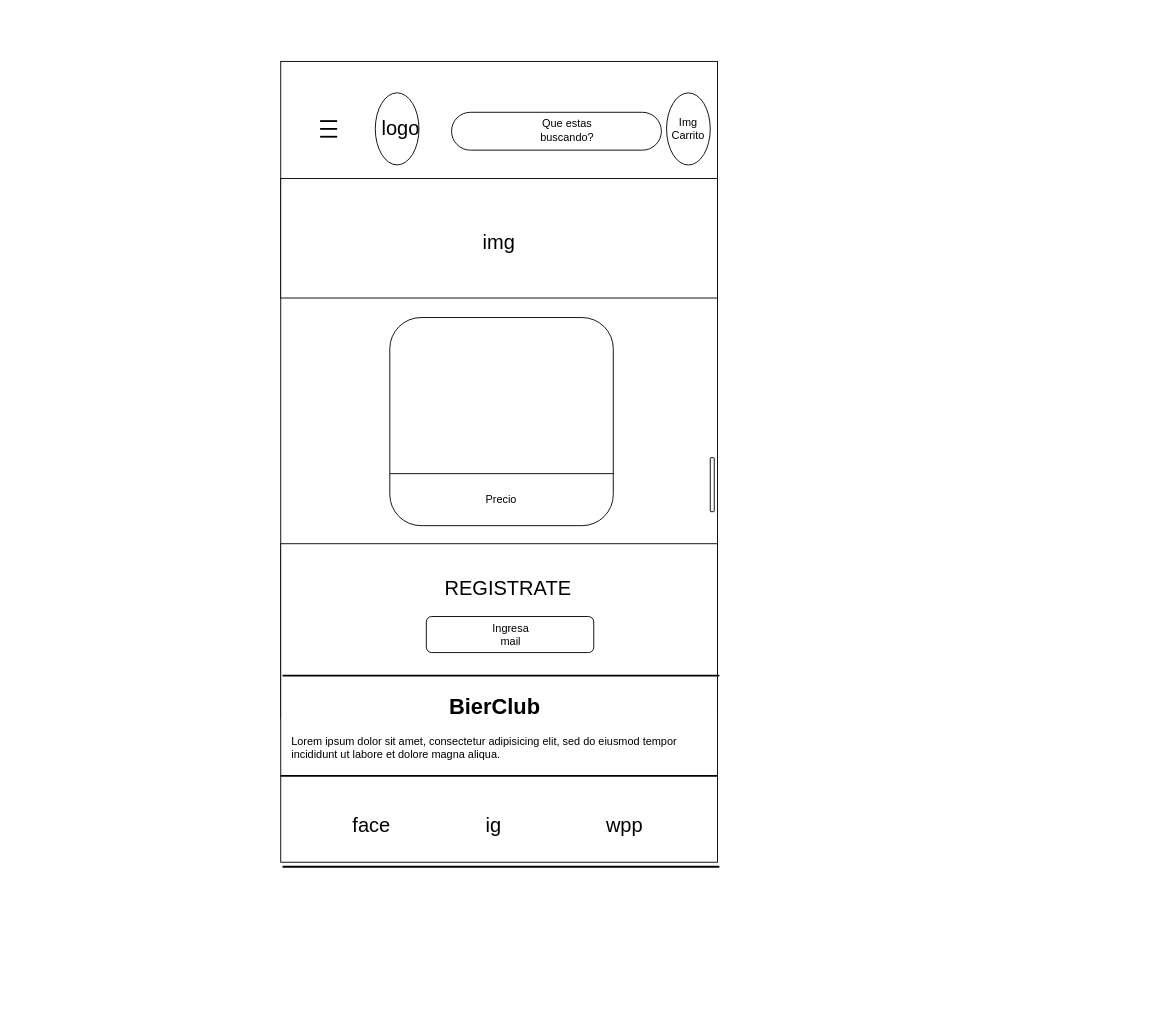
Above: page "Page-3" (3 of 3) of Bocetos/Bocetos-de-Home/Home-480.drawio in Evaristodantur/BierClub (draw.io), before the change. Source tidied: cells renumbered, new cells numbered last; positions are measured from the earlier drawing's top-left corner, leaving out a move shared by most shapes. Both pictures are drawn from the tidied source at 91%, with x=0, y=0 at pixel (280, 61). Pictures stored in the file or linked from it are replaced by grey dashed boxes.
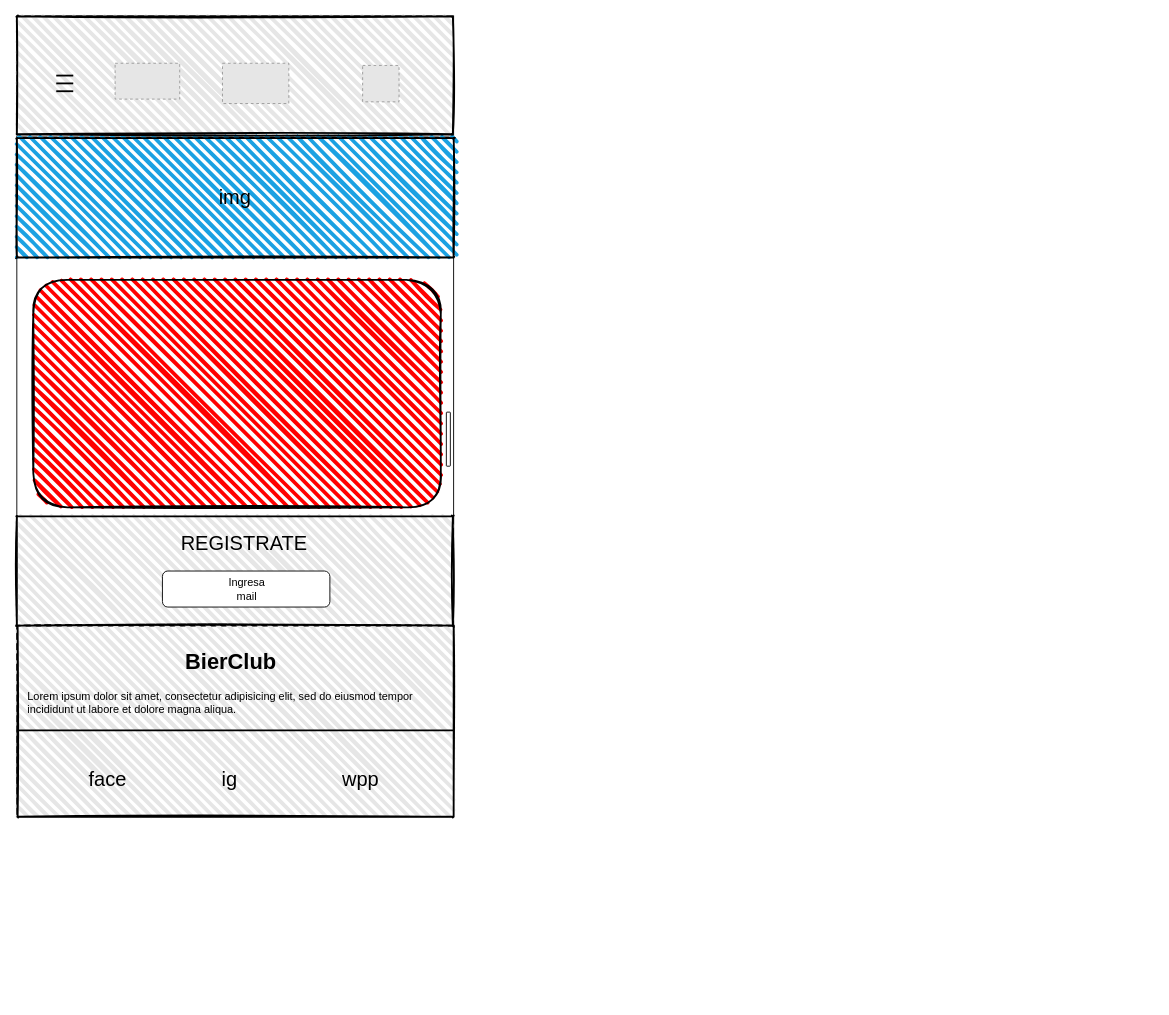
The same page after the edit.

The edit, as a diff of the source:
```diff
@@
-    <mxCell id="2" style="group;" parent="1" vertex="1">
-      <mxGeometry width="960" height="1030" as="geometry" />
-    </mxCell>
-    <mxCell id="3" style="rounded=0;whiteSpace=wrap;html=1;direction=west;" parent="2" vertex="1">
-      <mxGeometry width="480" height="722.4" as="geometry" />
+    <mxCell id="3" style="rounded=0;whiteSpace=wrap;html=1;direction=west;" parent="1" vertex="1">
+      <mxGeometry x="-290" y="-50" width="480" height="722.4" as="geometry" />
     </mxCell>
-    <mxCell id="4" style="rounded=0;whiteSpace=wrap;html=1;" parent="2" vertex="1">
-      <mxGeometry y="530" width="480" height="350" as="geometry" />
+    <mxCell id="4" style="rounded=0;whiteSpace=wrap;html=1;" parent="1" vertex="1">
+      <mxGeometry x="-290" y="500" width="480" height="330" as="geometry" />
     </mxCell>
+    <mxCell id="7" style="line;strokeWidth=2;html=1;" parent="1" vertex="1">
+      <mxGeometry x="-290" y="78.6" width="480" height="9.9" as="geometry" />
+    </mxCell>
+    <mxCell id="18" style="rounded=1;whiteSpace=wrap;html=1;fontSize=22;" parent="1" vertex="1">
+      <mxGeometry x="182" y="385.4" width="4.4" height="59.4" as="geometry" />
+    </mxCell>
+    <mxCell id="32" style="rounded=1;whiteSpace=wrap;html=1;strokeWidth=2;fillWeight=4;hachureGap=8;hachureAngle=45;fillColor=#1ba1e2;sketch=1;labelBackgroundColor=#ffffff;arcSize=0;" parent="1" vertex="1">
+      <mxGeometry x="-290" y="84.2" width="480" height="131.3" as="geometry" />
+    </mxCell>
+    <mxCell id="17" value="img" style="text;html=1;strokeColor=none;fillColor=none;align=center;verticalAlign=middle;whiteSpace=wrap;rounded=0;fontSize=22;" parent="1" vertex="1">
+      <mxGeometry x="-58" y="140" width="16" height="19.8" as="geometry" />
+    </mxCell>
+    <mxCell id="33" style="rounded=1;whiteSpace=wrap;html=1;strokeWidth=2;fillWeight=4;hachureGap=8;hachureAngle=45;sketch=1;labelBackgroundColor=#ffffff;arcSize=0;fontColor=#FFFF33;fillColor=#E6E6E6;" parent="1" vertex="1">
+      <mxGeometry x="-290" y="-49.5" width="479.1" height="129.5" as="geometry" />
+    </mxCell>
+    <mxCell id="34" style="fillColor=#E6E6E6;strokeColor=#999999;dashed=1;verticalLabelPosition=bottom;labelBackgroundColor=#ffffff;verticalAlign=top;" parent="1" vertex="1">
+      <mxGeometry x="90" y="4.4" width="40" height="40" as="geometry" />
+    </mxCell>
+    <mxCell id="35" style="fillColor=#E6E6E6;strokeColor=#999999;dashed=1;verticalLabelPosition=bottom;labelBackgroundColor=#ffffff;verticalAlign=top;" parent="1" vertex="1">
+      <mxGeometry x="-64" y="2" width="72.9" height="44.3" as="geometry" />
+    </mxCell>
+    <mxCell id="36" style="fillColor=#E6E6E6;strokeColor=#999999;dashed=1;verticalLabelPosition=bottom;labelBackgroundColor=#ffffff;verticalAlign=top;" parent="1" vertex="1">
+      <mxGeometry x="-182" y="2" width="71" height="39.4" as="geometry" />
+    </mxCell>
+    <mxCell id="20" style="line;strokeWidth=2;html=1;" parent="1" vertex="1">
+      <mxGeometry x="-246.7" y="31.3" width="18.7" height="2.9" as="geometry" />
+    </mxCell>
+    <mxCell id="21" style="line;strokeWidth=2;html=1;" parent="1" vertex="1">
+      <mxGeometry x="-246.7" y="22.7" width="18.7" height="2.9" as="geometry" />
+    </mxCell>
+    <mxCell id="22" style="line;strokeWidth=2;html=1;" parent="1" vertex="1">
+      <mxGeometry x="-246.7" y="14.1" width="18.7" height="2.9" as="geometry" />
+    </mxCell>
+    <mxCell id="37" style="rounded=1;whiteSpace=wrap;html=1;strokeWidth=2;fillWeight=4;hachureGap=8;hachureAngle=45;sketch=1;labelBackgroundColor=#ffffff;arcSize=0;fontColor=#FFFF33;fillColor=#E6E6E6;" parent="1" vertex="1">
+      <mxGeometry x="-290" y="500" width="479.1" height="120" as="geometry" />
+    </mxCell>
+    <mxCell id="38" style="rounded=1;whiteSpace=wrap;html=1;strokeWidth=2;fillWeight=4;hachureGap=8;hachureAngle=45;sketch=1;labelBackgroundColor=#ffffff;fillColor=#FF0000;" parent="1" vertex="1">
+      <mxGeometry x="-271.9" y="240" width="447.8" height="250" as="geometry" />
+    </mxCell>
-    <mxCell id="5" value="REGISTRATE" style="text;html=1;strokeColor=none;fillColor=none;align=center;verticalAlign=middle;whiteSpace=wrap;rounded=0;fontSize=22;" parent="2" vertex="1">
-      <mxGeometry x="242" y="570" width="16" height="19.8" as="geometry" />
+    <mxCell id="5" value="REGISTRATE" style="text;html=1;strokeColor=none;fillColor=none;align=center;verticalAlign=middle;whiteSpace=wrap;rounded=0;fontSize=22;" parent="1" vertex="1">
+      <mxGeometry x="-48" y="520" width="16" height="19.8" as="geometry" />
     </mxCell>
-    <mxCell id="6" style="ellipse;whiteSpace=wrap;html=1;" parent="2" vertex="1">
-      <mxGeometry x="103.9" y="34.5" width="48" height="79.2" as="geometry" />
-    </mxCell>
-    <mxCell id="7" style="line;strokeWidth=2;html=1;" parent="2" vertex="1">
-      <mxGeometry y="128.6" width="480" height="9.9" as="geometry" />
-    </mxCell>
-    <mxCell id="8" style="ellipse;whiteSpace=wrap;html=1;" parent="2" vertex="1">
-      <mxGeometry x="424" y="34.6" width="48" height="79.2" as="geometry" />
-    </mxCell>
-    <mxCell id="9" value="Img Carrito" style="text;html=1;strokeColor=none;fillColor=none;align=center;verticalAlign=middle;whiteSpace=wrap;rounded=0;" parent="2" vertex="1">
-      <mxGeometry x="440" y="64.3" width="16" height="19.8" as="geometry" />
-    </mxCell>
+    <mxCell id="11" style="rounded=1;whiteSpace=wrap;html=1;" parent="1" vertex="1">
+      <mxGeometry x="-130" y="560" width="184" height="39.6" as="geometry" />
+    </mxCell>
+    <mxCell id="26" value="Ingresa mail" style="text;html=1;strokeColor=none;fillColor=none;align=center;verticalAlign=middle;whiteSpace=wrap;rounded=0;" parent="1" vertex="1">
+      <mxGeometry x="-68.3" y="569.8" width="62.3" height="20" as="geometry" />
+    </mxCell>
+    <mxCell id="39" style="rounded=1;whiteSpace=wrap;html=1;strokeWidth=2;fillWeight=4;hachureGap=8;hachureAngle=45;sketch=1;labelBackgroundColor=#ffffff;arcSize=0;fontColor=#FFFF33;fillColor=#E6E6E6;" parent="1" vertex="1">
+      <mxGeometry x="-289.1" y="620" width="479.1" height="210" as="geometry" />
+    </mxCell>
-    <mxCell id="10" value="&lt;h1&gt;&amp;nbsp; &amp;nbsp; &amp;nbsp; &amp;nbsp; &amp;nbsp; &amp;nbsp; &amp;nbsp; &amp;nbsp; &amp;nbsp; &amp;nbsp; &amp;nbsp; &amp;nbsp; &amp;nbsp; BierClub&lt;/h1&gt;&lt;p&gt;Lorem ipsum dolor sit amet, consectetur adipisicing elit, sed do eiusmod tempor incididunt ut labore et dolore magna aliqua.&lt;/p&gt;" style="text;html=1;strokeColor=none;fillColor=none;spacing=5;spacingTop=-20;whiteSpace=wrap;overflow=hidden;rounded=0;" parent="2" vertex="1">
-      <mxGeometry x="7" y="690" width="480" height="118.8" as="geometry" />
+    <mxCell id="10" value="&lt;h1&gt;&amp;nbsp; &amp;nbsp; &amp;nbsp; &amp;nbsp; &amp;nbsp; &amp;nbsp; &amp;nbsp; &amp;nbsp; &amp;nbsp; &amp;nbsp; &amp;nbsp; &amp;nbsp; &amp;nbsp; BierClub&lt;/h1&gt;&lt;p&gt;Lorem ipsum dolor sit amet, consectetur adipisicing elit, sed do eiusmod tempor incididunt ut labore et dolore magna aliqua.&lt;/p&gt;" style="text;html=1;strokeColor=none;fillColor=none;spacing=5;spacingTop=-20;whiteSpace=wrap;overflow=hidden;rounded=0;" parent="1" vertex="1">
+      <mxGeometry x="-283" y="640" width="480" height="118.8" as="geometry" />
     </mxCell>
-    <mxCell id="11" style="rounded=1;whiteSpace=wrap;html=1;" parent="2" vertex="1">
-      <mxGeometry x="160" y="610" width="184" height="39.6" as="geometry" />
-    </mxCell>
-    <mxCell id="12" style="line;strokeWidth=2;html=1;" parent="2" vertex="1">
-      <mxGeometry x="2" y="670" width="480" height="9.9" as="geometry" />
-    </mxCell>
-    <mxCell id="13" value="face" style="text;html=1;strokeColor=none;fillColor=none;align=center;verticalAlign=middle;whiteSpace=wrap;rounded=0;fontSize=22;" parent="2" vertex="1">
-      <mxGeometry x="92" y="830" width="16" height="19.8" as="geometry" />
+    <mxCell id="13" value="face" style="text;html=1;strokeColor=none;fillColor=none;align=center;verticalAlign=middle;whiteSpace=wrap;rounded=0;fontSize=22;" parent="1" vertex="1">
+      <mxGeometry x="-198" y="780" width="16" height="19.8" as="geometry" />
     </mxCell>
-    <mxCell id="14" value="ig" style="text;html=1;strokeColor=none;fillColor=none;align=center;verticalAlign=middle;whiteSpace=wrap;rounded=0;fontSize=22;" parent="2" vertex="1">
-      <mxGeometry x="226" y="830" width="16" height="19.8" as="geometry" />
+    <mxCell id="14" value="ig" style="text;html=1;strokeColor=none;fillColor=none;align=center;verticalAlign=middle;whiteSpace=wrap;rounded=0;fontSize=22;" parent="1" vertex="1">
+      <mxGeometry x="-64" y="780" width="16" height="19.8" as="geometry" />
     </mxCell>
-    <mxCell id="15" value="wpp" style="text;html=1;strokeColor=none;fillColor=none;align=center;verticalAlign=middle;whiteSpace=wrap;rounded=0;fontSize=22;" parent="2" vertex="1">
-      <mxGeometry x="370" y="830" width="16" height="19.8" as="geometry" />
+    <mxCell id="15" value="wpp" style="text;html=1;strokeColor=none;fillColor=none;align=center;verticalAlign=middle;whiteSpace=wrap;rounded=0;fontSize=22;" parent="1" vertex="1">
+      <mxGeometry x="80" y="780" width="16" height="19.8" as="geometry" />
     </mxCell>
-    <mxCell id="16" style="rounded=0;whiteSpace=wrap;html=1;fontSize=22;" parent="2" vertex="1">
-      <mxGeometry y="128.7" width="480" height="131.3" as="geometry" />
-    </mxCell>
-    <mxCell id="17" value="img" style="text;html=1;strokeColor=none;fillColor=none;align=center;verticalAlign=middle;whiteSpace=wrap;rounded=0;fontSize=22;" parent="2" vertex="1">
-      <mxGeometry x="232" y="190" width="16" height="19.8" as="geometry" />
-    </mxCell>
-    <mxCell id="18" style="rounded=1;whiteSpace=wrap;html=1;fontSize=22;" parent="2" vertex="1">
-      <mxGeometry x="472" y="435.4" width="4.4" height="59.4" as="geometry" />
-    </mxCell>
-    <mxCell id="19" value="logo" style="text;html=1;strokeColor=none;fillColor=none;align=center;verticalAlign=middle;whiteSpace=wrap;rounded=0;fontSize=22;" parent="2" vertex="1">
-      <mxGeometry x="124.2" y="64.3" width="16" height="19.8" as="geometry" />
-    </mxCell>
-    <mxCell id="20" style="line;strokeWidth=2;html=1;" parent="2" vertex="1">
-      <mxGeometry x="43.3" y="81.3" width="18.7" height="2.9" as="geometry" />
-    </mxCell>
-    <mxCell id="21" style="line;strokeWidth=2;html=1;" parent="2" vertex="1">
-      <mxGeometry x="43.3" y="72.7" width="18.7" height="2.9" as="geometry" />
-    </mxCell>
-    <mxCell id="22" style="line;strokeWidth=2;html=1;" parent="2" vertex="1">
-      <mxGeometry x="43.3" y="64.1" width="18.7" height="2.9" as="geometry" />
-    </mxCell>
-    <mxCell id="23" style="group;" parent="2" vertex="1">
-      <mxGeometry x="187.7" y="50.7" width="230.6" height="50" as="geometry" />
-    </mxCell>
-    <mxCell id="24" style="rounded=1;whiteSpace=wrap;html=1;arcSize=50;" parent="23" vertex="1">
-      <mxGeometry y="5.2" width="230.6" height="41.6" as="geometry" />
-    </mxCell>
-    <mxCell id="25" value="Que estas buscando?" style="text;html=1;strokeColor=none;fillColor=none;align=center;verticalAlign=middle;whiteSpace=wrap;rounded=0;" parent="23" vertex="1">
-      <mxGeometry x="75.3" width="104.2" height="50" as="geometry" />
-    </mxCell>
-    <mxCell id="26" value="Ingresa mail" style="text;html=1;strokeColor=none;fillColor=none;align=center;verticalAlign=middle;whiteSpace=wrap;rounded=0;" parent="2" vertex="1">
-      <mxGeometry x="221.7" y="619.8" width="62.3" height="20" as="geometry" />
-    </mxCell>
-    <mxCell id="27" style="rounded=1;whiteSpace=wrap;html=1;rotation=90;" parent="2" vertex="1">
-      <mxGeometry x="128.3" y="273" width="228.7" height="245.6" as="geometry" />
-    </mxCell>
-    <mxCell id="28" style="endArrow=none;html=1;entryX=0.75;entryY=0;entryDx=0;entryDy=0;exitX=0.75;exitY=1;exitDx=0;exitDy=0;" parent="2" edge="1" source="27" target="27">
-      <mxGeometry relative="1" as="geometry" />
-    </mxCell>
-    <mxCell id="29" value="Precio" style="text;html=1;strokeColor=none;fillColor=none;align=center;verticalAlign=middle;whiteSpace=wrap;rounded=0;" parent="2" vertex="1">
-      <mxGeometry x="230" y="469.9" width="25.2" height="24.9" as="geometry" />
-    </mxCell>
-    <mxCell id="30" style="line;strokeWidth=2;html=1;" parent="2" vertex="1">
-      <mxGeometry y="780.1" width="480" height="9.9" as="geometry" />
+    <mxCell id="30" style="line;strokeWidth=2;html=1;" parent="1" vertex="1">
+      <mxGeometry x="-290" y="730.1" width="480" height="9.9" as="geometry" />
     </mxCell>
-    <mxCell id="31" style="line;strokeWidth=2;html=1;" parent="2" vertex="1">
-      <mxGeometry x="2" y="880" width="480" height="9.9" as="geometry" />
-    </mxCell>
```
